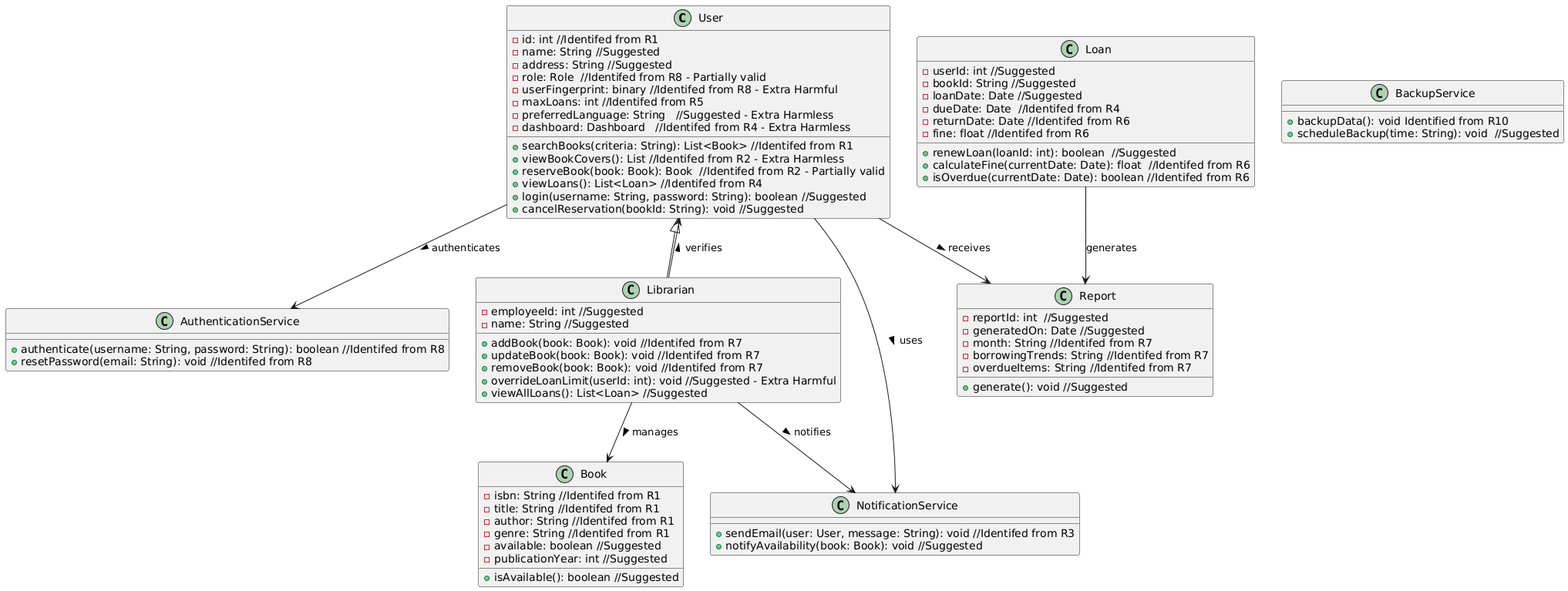
This is running_example_p.png from FeisalAlaswad/GenClass-Running-Example, a PlantUML export, as it was before one commit. The source it was exported from:
```plantuml
@startuml
class User {
- id: int //Identifed from R1
- name: String //Suggested
- address: String //Suggested
- role: Role  //Identifed from R8 - Partially valid
- userFingerprint: binary //Identifed from R8 - Extra Harmful
- maxLoans: int //Identifed from R5
- preferredLanguage: String   //Suggested - Extra Harmless
- dashboard: Dashboard   //Identifed from R4 - Extra Harmless
+ searchBooks(criteria: String): List<Book> //Identifed from R1
+ viewBookCovers(): List //Identifed from R2 - Extra Harmless
+ reserveBook(book: Book): Book  //Identifed from R2 - Partially valid
+ viewLoans(): List<Loan> //Identifed from R4
+ login(username: String, password: String): boolean //Suggested
+ cancelReservation(bookId: String): void //Suggested
}


class Book {
- isbn: String //Identifed from R1
- title: String //Identifed from R1
- author: String //Identifed from R1
- genre: String //Identifed from R1
- available: boolean //Suggested
- publicationYear: int //Suggested
+ isAvailable(): boolean //Suggested
}


class Loan {
- userId: int //Suggested
- bookId: String //Suggested
- loanDate: Date //Suggested
- dueDate: Date  //Identifed from R4
- returnDate: Date //Identifed from R6
- fine: float //Identifed from R6
+ renewLoan(loanId: int): boolean  //Suggested
+ calculateFine(currentDate: Date): float  //Identifed from R6
+ isOverdue(currentDate: Date): boolean //Identifed from R6
}

class Librarian {
- employeeId: int //Suggested
- name: String //Suggested
+ addBook(book: Book): void //Identifed from R7
+ updateBook(book: Book): void //Identifed from R7
+ removeBook(book: Book): void //Identifed from R7
+ overrideLoanLimit(userId: int): void //Suggested - Extra Harmful
+ viewAllLoans(): List<Loan> //Suggested
}



class Report {
- reportId: int  //Suggested
- generatedOn: Date //Suggested
- month: String //Identifed from R7
- borrowingTrends: String //Identifed from R7
- overdueItems: String //Identifed from R7
+ generate(): void //Suggested
}


class NotificationService {
+ sendEmail(user: User, message: String): void //Identifed from R3
+ notifyAvailability(book: Book): void //Suggested
}


class AuthenticationService {
+ authenticate(username: String, password: String): boolean //Identifed from R8
+ resetPassword(email: String): void //Identifed from R8
}

class BackupService {
+ backupData(): void Identified from R10
+ scheduleBackup(time: String): void  //Suggested
}


User --> NotificationService : uses >
User --> Report : receives >
User --> AuthenticationService : authenticates >
Librarian --> Book : manages >
Librarian --> User : verifies >
User <|-- Librarian
Librarian --> NotificationService : notifies >
Loan --> Report: generates
@enduml
```
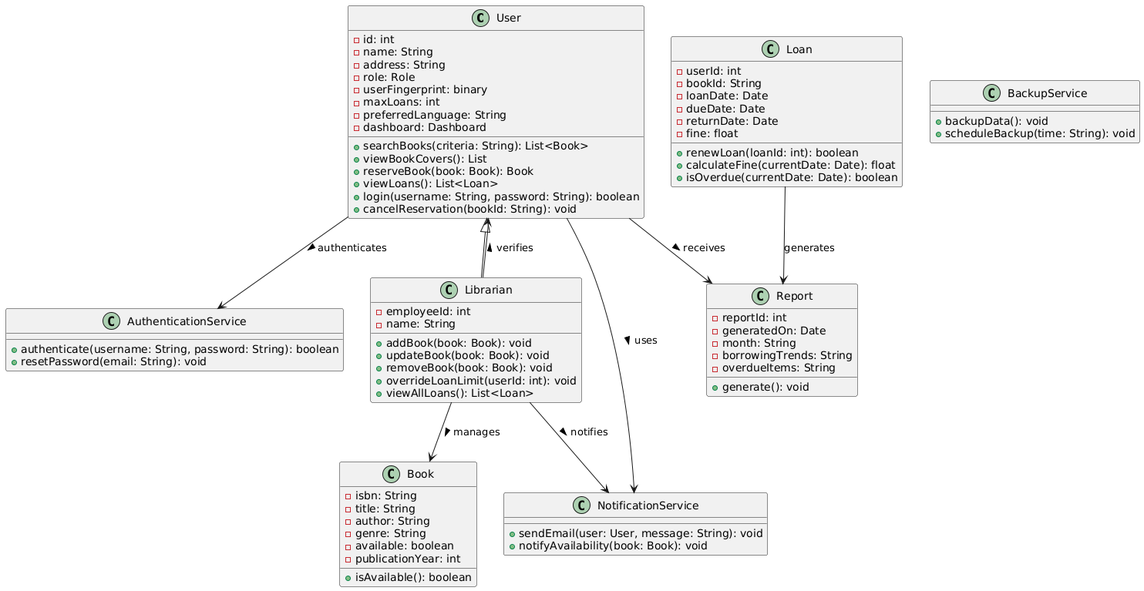
Later version of the same file.

The edit, as a diff of the source:
```diff
@@ -1,81 +1,81 @@
 @startuml
 class User {
-- id: int //Identifed from R1
-- name: String //Suggested
-- address: String //Suggested
-- role: Role  //Identifed from R8 - Partially valid
-- userFingerprint: binary //Identifed from R8 - Extra Harmful
-- maxLoans: int //Identifed from R5
-- preferredLanguage: String   //Suggested - Extra Harmless
-- dashboard: Dashboard   //Identifed from R4 - Extra Harmless
-+ searchBooks(criteria: String): List<Book> //Identifed from R1
-+ viewBookCovers(): List //Identifed from R2 - Extra Harmless
-+ reserveBook(book: Book): Book  //Identifed from R2 - Partially valid
-+ viewLoans(): List<Loan> //Identifed from R4
-+ login(username: String, password: String): boolean //Suggested
-+ cancelReservation(bookId: String): void //Suggested
+- id: int
+- name: String
+- address: String
+- role: Role
+- userFingerprint: binary
+- maxLoans: int
+- preferredLanguage: String
+- dashboard: Dashboard
++ searchBooks(criteria: String): List<Book>
++ viewBookCovers(): List
++ reserveBook(book: Book): Book
++ viewLoans(): List<Loan>
++ login(username: String, password: String): boolean
++ cancelReservation(bookId: String): void
 }
 
 
 class Book {
-- isbn: String //Identifed from R1
-- title: String //Identifed from R1
-- author: String //Identifed from R1
-- genre: String //Identifed from R1
-- available: boolean //Suggested
-- publicationYear: int //Suggested
-+ isAvailable(): boolean //Suggested
+- isbn: String
+- title: String
+- author: String
+- genre: String
+- available: boolean
+- publicationYear: int
++ isAvailable(): boolean
 }
 
 
 class Loan {
-- userId: int //Suggested
-- bookId: String //Suggested
-- loanDate: Date //Suggested
-- dueDate: Date  //Identifed from R4
-- returnDate: Date //Identifed from R6
-- fine: float //Identifed from R6
-+ renewLoan(loanId: int): boolean  //Suggested
-+ calculateFine(currentDate: Date): float  //Identifed from R6
-+ isOverdue(currentDate: Date): boolean //Identifed from R6
+- userId: int
+- bookId: String
+- loanDate: Date
+- dueDate: Date
+- returnDate: Date
+- fine: float
++ renewLoan(loanId: int): boolean
++ calculateFine(currentDate: Date): float
++ isOverdue(currentDate: Date): boolean
 }
 
 class Librarian {
-- employeeId: int //Suggested
-- name: String //Suggested
-+ addBook(book: Book): void //Identifed from R7
-+ updateBook(book: Book): void //Identifed from R7
-+ removeBook(book: Book): void //Identifed from R7
-+ overrideLoanLimit(userId: int): void //Suggested - Extra Harmful
-+ viewAllLoans(): List<Loan> //Suggested
+- employeeId: int
+- name: String
++ addBook(book: Book): void
++ updateBook(book: Book): void
++ removeBook(book: Book): void
++ overrideLoanLimit(userId: int): void
++ viewAllLoans(): List<Loan>
 }
 
 
 
 class Report {
-- reportId: int  //Suggested
-- generatedOn: Date //Suggested
-- month: String //Identifed from R7
-- borrowingTrends: String //Identifed from R7
-- overdueItems: String //Identifed from R7
-+ generate(): void //Suggested
+- reportId: int
+- generatedOn: Date
+- month: String
+- borrowingTrends: String
+- overdueItems: String
++ generate(): void
 }
 
 
 class NotificationService {
-+ sendEmail(user: User, message: String): void //Identifed from R3
-+ notifyAvailability(book: Book): void //Suggested
++ sendEmail(user: User, message: String): void
++ notifyAvailability(book: Book): void
 }
 
 
 class AuthenticationService {
-+ authenticate(username: String, password: String): boolean //Identifed from R8
-+ resetPassword(email: String): void //Identifed from R8
++ authenticate(username: String, password: String): boolean
++ resetPassword(email: String): void
 }
 
 class BackupService {
-+ backupData(): void Identified from R10
-+ scheduleBackup(time: String): void  //Suggested
++ backupData(): void
++ scheduleBackup(time: String): void
 }
 
 
```
